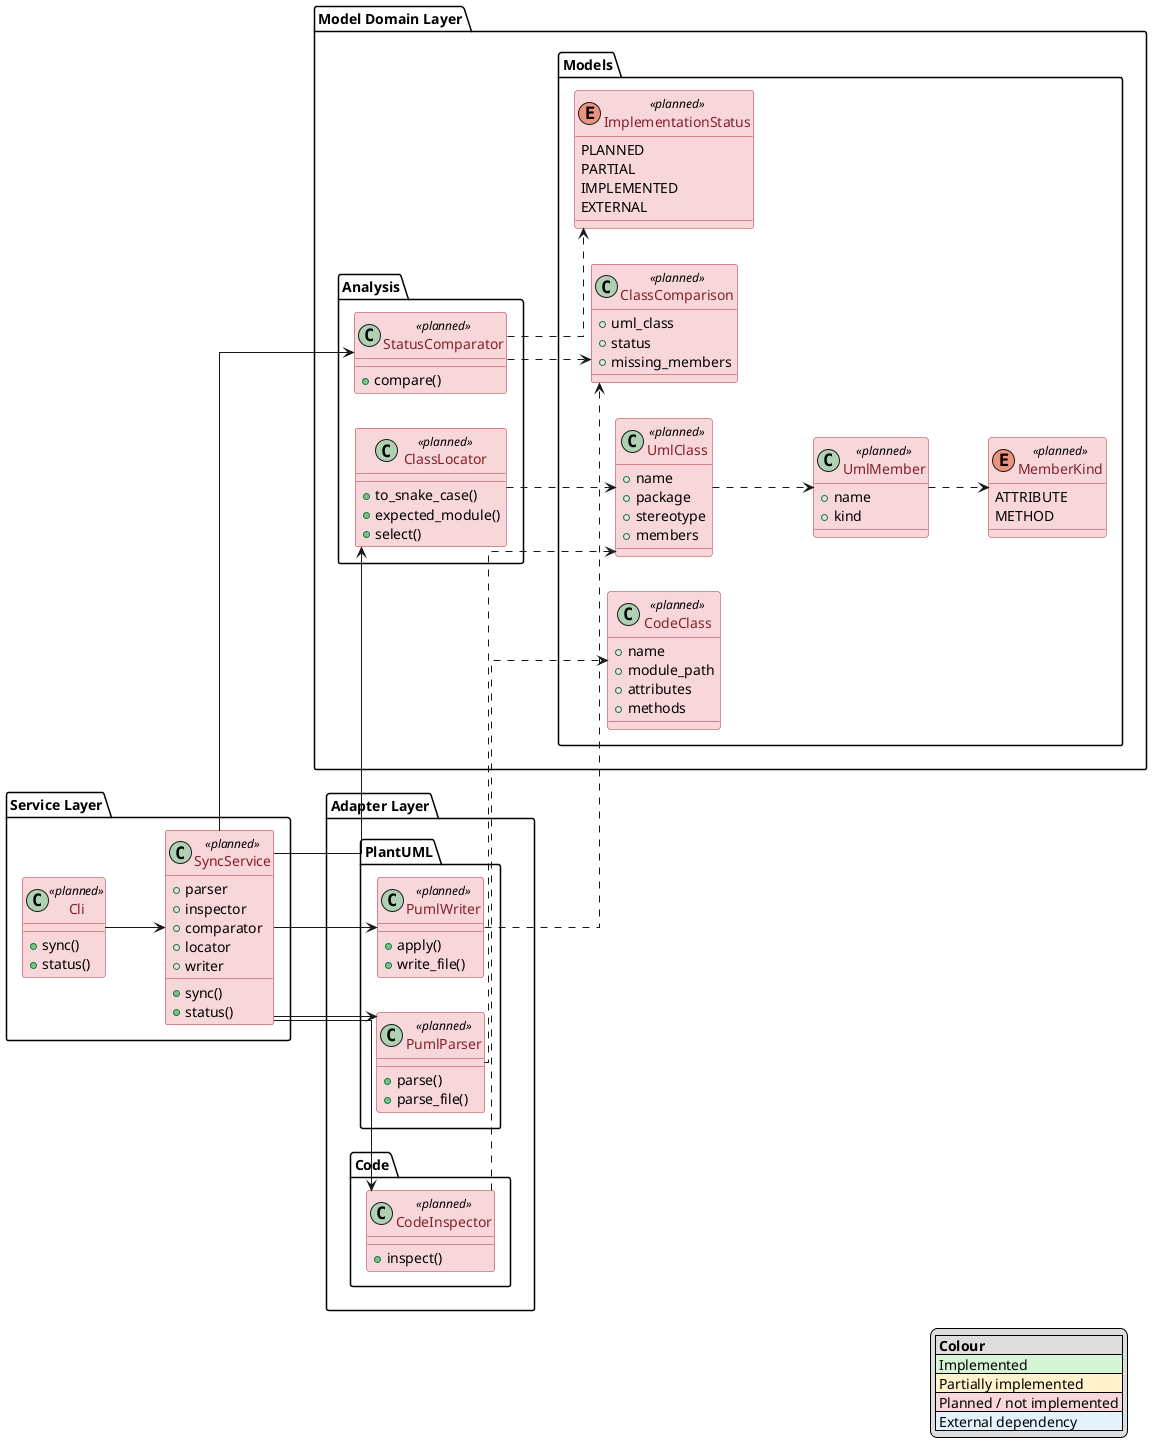
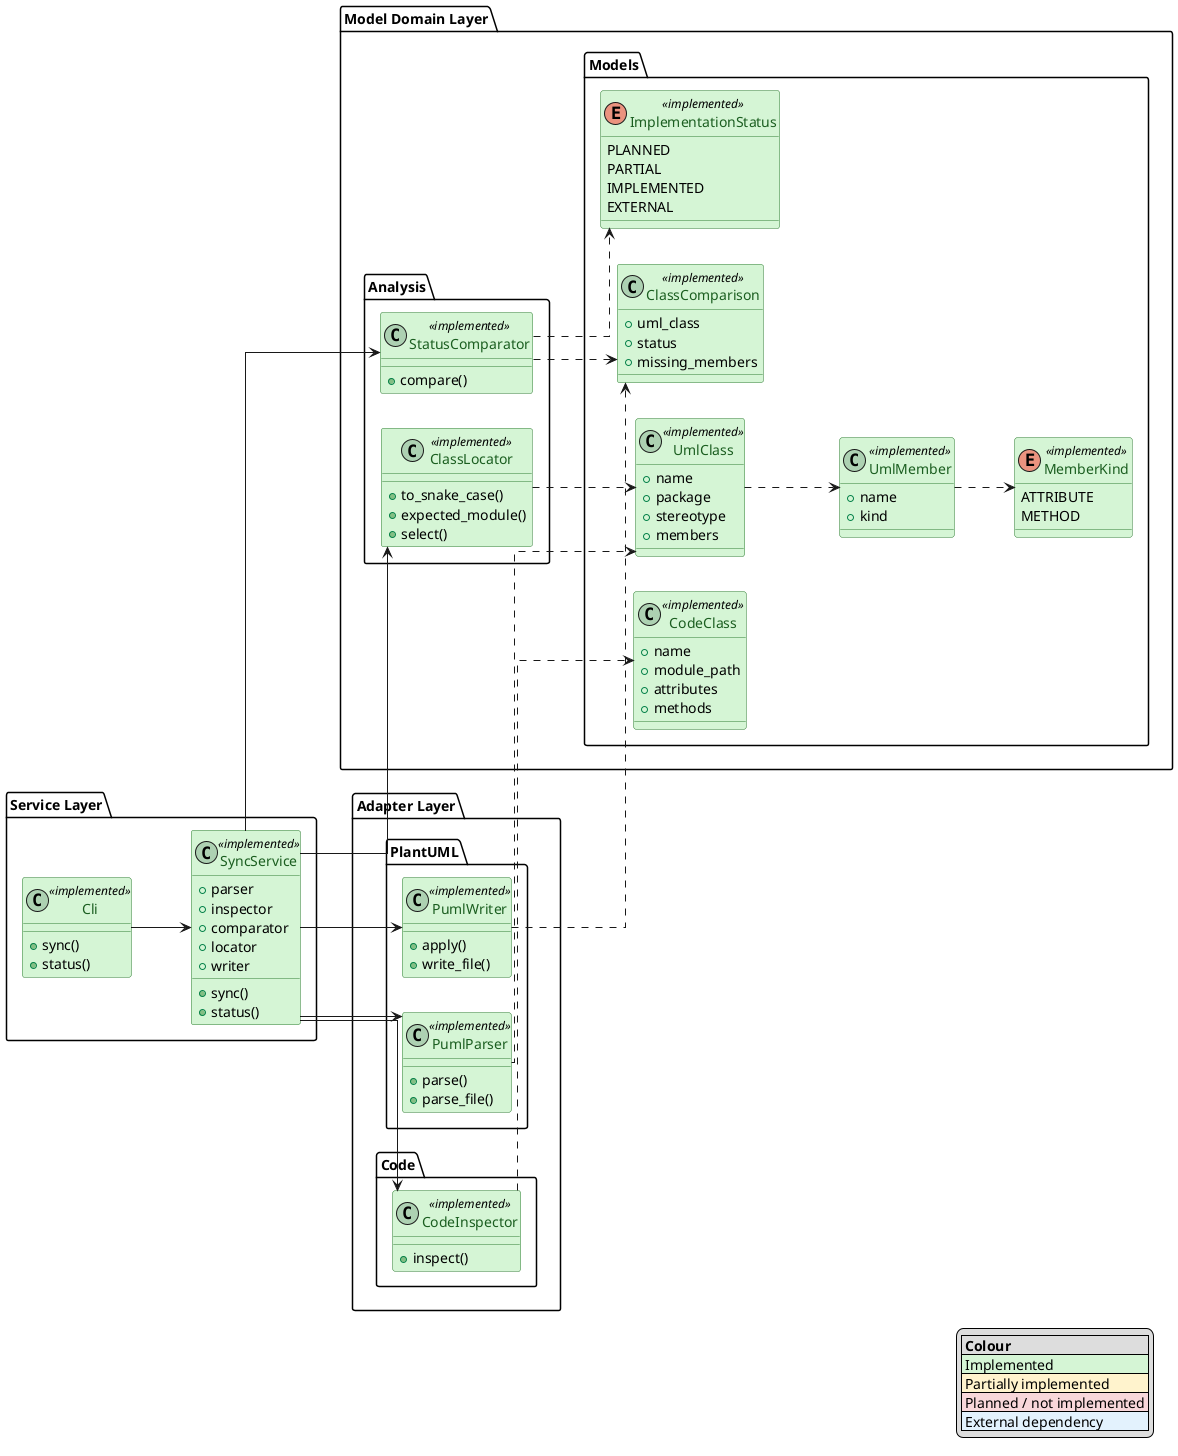
@startuml
left to right direction
skinparam linetype ortho
skinparam class {
    BackgroundColor<<implemented>> #D5F5D5
    BorderColor<<implemented>> #2E7D32
    FontColor<<implemented>> #1B5E20

    BackgroundColor<<partial>> #FFF3CD
    BorderColor<<partial>> #B8860B
    FontColor<<partial>> #7A5600

    BackgroundColor<<planned>> #F8D7DA
    BorderColor<<planned>> #B02A37
    FontColor<<planned>> #842029

    BackgroundColor<<external>> #E3F2FD
    BorderColor<<external>> #1565C0
    FontColor<<external>> #0D47A1
}

legend right
|= Colour |
|<#D5F5D5> Implemented |
|<#FFF3CD> Partially implemented |
|<#F8D7DA> Planned / not implemented |
|<#E3F2FD> External dependency |
endlegend

' 0 = hide dependency lines
' 1 = show dependency lines
!$SHOW_DEPENDENCIES = 0


'=============================================================================='
'Service Layer'
'=============================================================================='

package "Service Layer" {
-     class SyncService <<planned>> {
+     class SyncService <<implemented>> {
        +parser
        +inspector
        +comparator
        +locator
        +writer
        +sync()
        +status()
    }


-     class Cli <<planned>> {
+     class Cli <<implemented>> {
        +sync()
        +status()
    }
    Cli --> SyncService
}


'=============================================================================='
'Model Domain'
'=============================================================================='

package "Model Domain Layer" {

    package "Models" {
-         enum ImplementationStatus <<planned>> {
+         enum ImplementationStatus <<implemented>> {
            PLANNED
            PARTIAL
            IMPLEMENTED
            EXTERNAL
        }


-         enum MemberKind <<planned>> {
+         enum MemberKind <<implemented>> {
            ATTRIBUTE
            METHOD
        }


-         class UmlMember <<planned>> {
+         class UmlMember <<implemented>> {
            +name
            +kind
        }
        UmlMember ..> MemberKind


-         class UmlClass <<planned>> {
+         class UmlClass <<implemented>> {
            +name
            +package
            +stereotype
            +members
        }
        UmlClass ..> UmlMember


-         class CodeClass <<planned>> {
+         class CodeClass <<implemented>> {
            +name
            +module_path
            +attributes
            +methods
        }

-         class ClassComparison <<planned>> {
+         class ClassComparison <<implemented>> {
            +uml_class
            +status
            +missing_members
        }
    }

    package "Analysis" {

-         class StatusComparator <<planned>> {
+         class StatusComparator <<implemented>> {
            +compare()
        }
        StatusComparator ..> ClassComparison
        StatusComparator ..> ImplementationStatus

-         class ClassLocator <<planned>> {
+         class ClassLocator <<implemented>> {
            +to_snake_case()
            +expected_module()
            +select()
        }
        ClassLocator ..> UmlClass
    }
}


'=============================================================================='
'Adapter Layer'
'=============================================================================='

package "Adapter Layer" {

    package "PlantUML" {

-         class PumlParser <<planned>> {
+         class PumlParser <<implemented>> {
            +parse()
            +parse_file()
        }
        PumlParser ..> UmlClass

-         class PumlWriter <<planned>> {
+         class PumlWriter <<implemented>> {
            +apply()
            +write_file()
        }
        PumlWriter ..> ClassComparison
    }

    package "Code" {

-         class CodeInspector <<planned>> {
+         class CodeInspector <<implemented>> {
            +inspect()
        }
        CodeInspector ..> CodeClass
    }
}


'=============================================================================='
'Broken Links'
'=============================================================================='

SyncService --> PumlParser
SyncService --> CodeInspector
SyncService --> StatusComparator
SyncService --> ClassLocator
SyncService --> PumlWriter

@enduml
